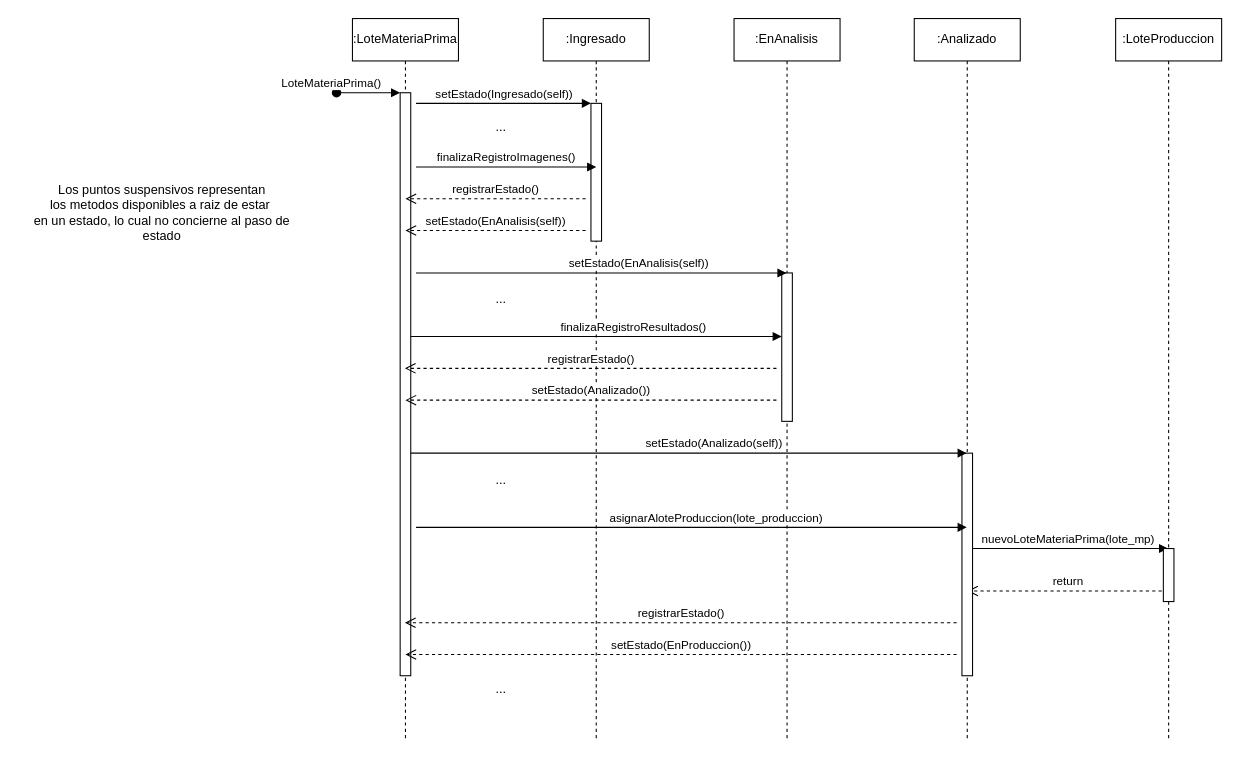
This is practica2/PR2_Secuencias.drawio from josemicode/boletines-modsis, a draw.io file, before an edit. Source tidied: cells renumbered, new cells numbered last; positions are measured from the earlier drawing's top-left corner, leaving out a move shared by most shapes. Both pictures are drawn from the tidied source at 106%, with x=0, y=0 at pixel (18, 18).
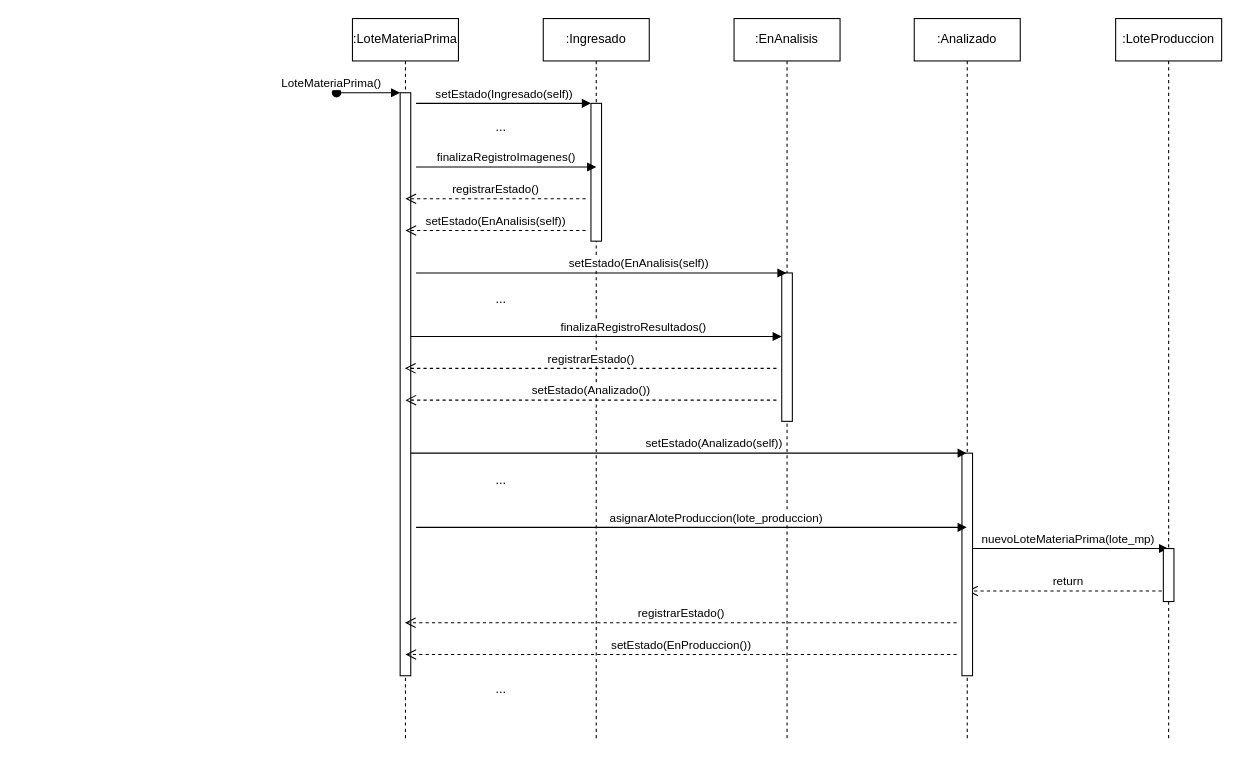
Above is the later version.

Diff of the diagram source:
```diff
@@
-    <mxCell id="31" value="Los puntos suspensivos representan&lt;div&gt;los metodos disponibles a raiz de estar&amp;nbsp;&lt;/div&gt;&lt;div&gt;en un estado, lo cual no concierne al paso de&lt;/div&gt;&lt;div&gt;estado&lt;/div&gt;" style="text;html=1;align=center;verticalAlign=middle;strokeColor=none;fillColor=none;" parent="1" vertex="1">
-      <mxGeometry y="148" width="270" height="70" as="geometry" />
-    </mxCell>
```
